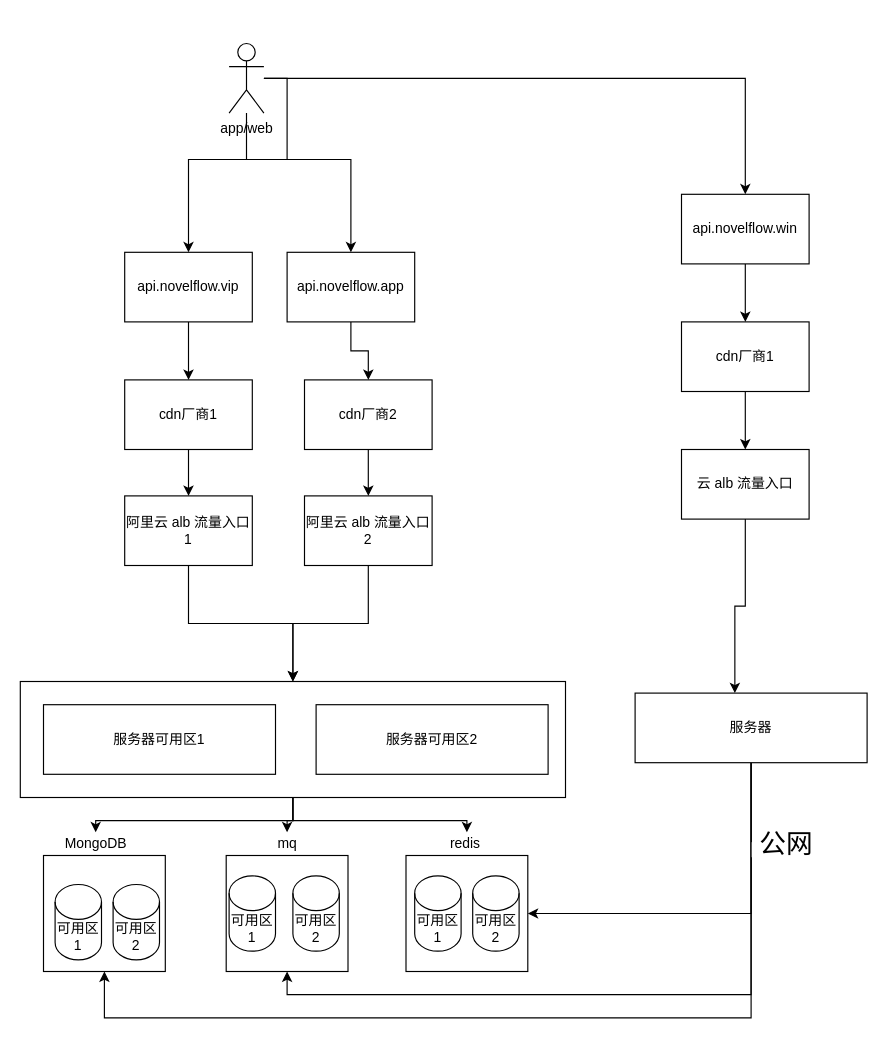
The draw.io diagram page "Page-5" (3 of 8) of mysql/mysql2.drawio in boilingfrog/Go-POINT, before the edit. Source tidied: cells renumbered, new cells numbered last; positions are measured from the earlier drawing's top-left corner, leaving out a move shared by most shapes. Both pictures are drawn from the tidied source at 116%, with x=0, y=0 at pixel (20, 43).
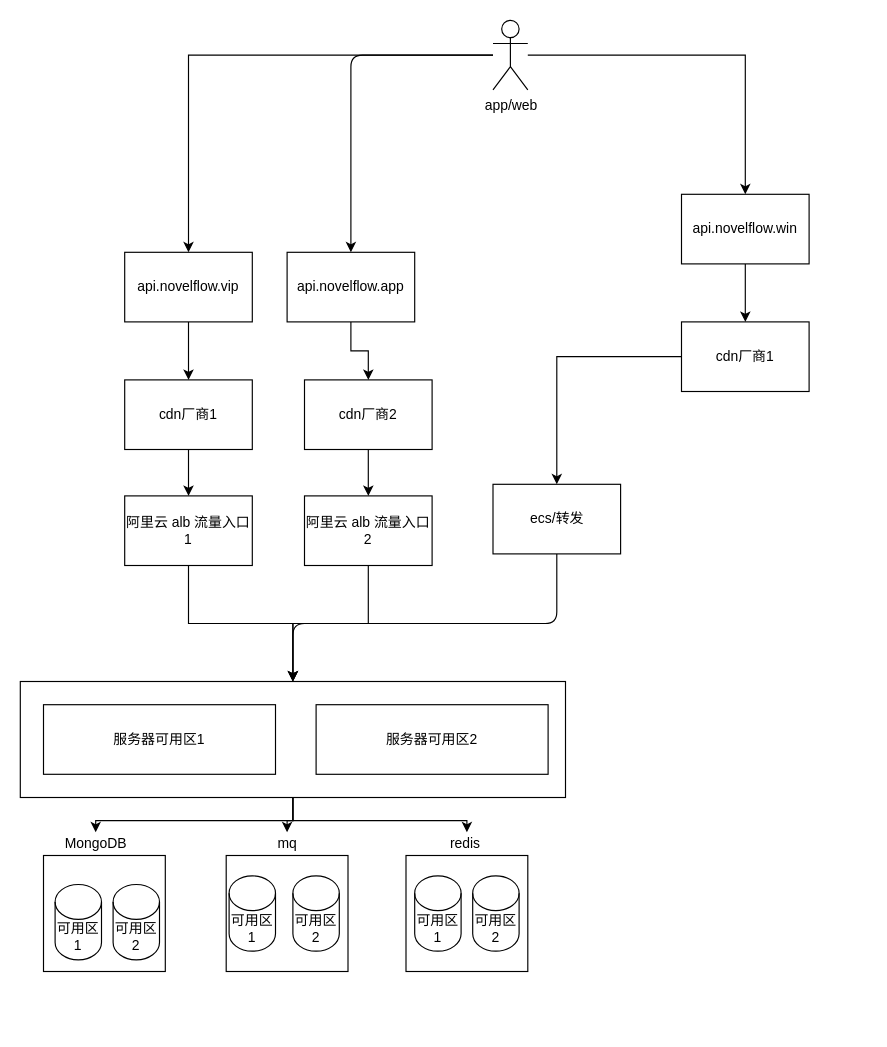
After the change.

Unchanged cells that the change refers to:
```xml
<mxCell id="5" style="rounded=0;whiteSpace=wrap;html=1;" parent="1" vertex="1">
  <mxGeometry y="550" width="470" height="100" as="geometry" />
</mxCell>
<mxCell id="7" value="api.novelflow.vip" style="rounded=0;whiteSpace=wrap;html=1;" parent="1" vertex="1">
  <mxGeometry x="90" y="180" width="110" height="60" as="geometry" />
</mxCell>
<mxCell id="18" style="rounded=0;whiteSpace=wrap;html=1;" parent="1" vertex="1">
  <mxGeometry x="20" y="700" width="105" height="100" as="geometry" />
</mxCell>
<mxCell id="24" value="api.novelflow.app" style="rounded=0;whiteSpace=wrap;html=1;" parent="1" vertex="1">
  <mxGeometry x="230" y="180" width="110" height="60" as="geometry" />
</mxCell>
<mxCell id="30" style="rounded=0;whiteSpace=wrap;html=1;" parent="1" vertex="1">
  <mxGeometry x="177.5" y="700" width="105" height="100" as="geometry" />
</mxCell>
<mxCell id="33" style="rounded=0;whiteSpace=wrap;html=1;" parent="1" vertex="1">
  <mxGeometry x="332.5" y="700" width="105" height="100" as="geometry" />
</mxCell>
<mxCell id="37" value="api.novelflow.win" style="rounded=0;whiteSpace=wrap;html=1;" parent="1" vertex="1">
  <mxGeometry x="570" y="130" width="110" height="60" as="geometry" />
</mxCell>
<mxCell id="39" value="cdn厂商1" style="rounded=0;whiteSpace=wrap;html=1;" parent="1" vertex="1">
  <mxGeometry x="570" y="240" width="110" height="60" as="geometry" />
</mxCell>
```

What changed in the source:
```diff
@@
     <mxCell id="8" style="edgeStyle=orthogonalEdgeStyle;rounded=0;jettySize=auto;html=1;" parent="1" edge="1" source="11" target="7">
       <mxGeometry relative="1" as="geometry">
         <Array as="points">
-          <mxPoint x="230" y="100" />
-          <mxPoint x="145" y="100" />
+          <mxPoint x="145" y="10" />
         </Array>
       </mxGeometry>
     </mxCell>
+    <mxCell id="10" style="edgeStyle=orthogonalEdgeStyle;rounded=0;jettySize=auto;html=1;entryX=0.5;entryY=0;entryDx=0;entryDy=0;" parent="1" edge="1" source="11" target="37">
+      <mxGeometry relative="1" as="geometry" />
+    </mxCell>
-    <mxCell id="9" style="edgeStyle=orthogonalEdgeStyle;rounded=0;jettySize=auto;html=1;entryX=0.5;entryY=0;entryDx=0;entryDy=0;" parent="1" edge="1" source="11" target="24">
-      <mxGeometry relative="1" as="geometry">
-        <Array as="points">
-          <mxPoint x="230" y="100" />
-          <mxPoint x="275" y="100" />
-        </Array>
-      </mxGeometry>
+    <mxCell id="9" style="edgeStyle=orthogonalEdgeStyle;html=1;entryX=0.5;entryY=0;entryDx=0;entryDy=0;" parent="1" edge="1" source="11" target="24">
+      <mxGeometry relative="1" as="geometry" />
     </mxCell>
-    <mxCell id="10" style="edgeStyle=orthogonalEdgeStyle;rounded=0;jettySize=auto;html=1;entryX=0.5;entryY=0;entryDx=0;entryDy=0;" parent="1" edge="1" source="11" target="37">
-      <mxGeometry relative="1" as="geometry" />
-    </mxCell>
     <mxCell id="11" value="app/web" style="shape=umlActor;verticalLabelPosition=bottom;verticalAlign=top;html=1;outlineConnect=0;" parent="1" vertex="1">
-      <mxGeometry x="180" width="30" height="60" as="geometry" />
+      <mxGeometry x="407.5" y="-20" width="30" height="60" as="geometry" />
     </mxCell>
@@
-    <mxCell id="38" style="edgeStyle=orthogonalEdgeStyle;rounded=0;jettySize=auto;html=1;entryX=0.5;entryY=0;entryDx=0;entryDy=0;" parent="1" edge="1" source="39" target="41">
+    <mxCell id="38" style="edgeStyle=orthogonalEdgeStyle;rounded=0;jettySize=auto;html=1;entryX=0.5;entryY=0;entryDx=0;entryDy=0;" parent="1" edge="1" source="39" target="49">
       <mxGeometry relative="1" as="geometry" />
     </mxCell>
@@
-    <mxCell id="40" style="edgeStyle=orthogonalEdgeStyle;rounded=0;jettySize=auto;html=1;entryX=0.43;entryY=0;entryDx=0;entryDy=0;entryPerimeter=0;" parent="1" edge="1" source="41" target="46">
-      <mxGeometry relative="1" as="geometry" />
-    </mxCell>
-    <mxCell id="41" value="云 alb 流量入口" style="rounded=0;whiteSpace=wrap;html=1;" parent="1" vertex="1">
-      <mxGeometry x="570" y="350" width="110" height="60" as="geometry" />
-    </mxCell>
-    <mxCell id="42" style="edgeStyle=orthogonalEdgeStyle;rounded=0;jettySize=auto;html=1;entryX=1;entryY=0.5;entryDx=0;entryDy=0;" parent="1" edge="1" source="46" target="33">
-      <mxGeometry relative="1" as="geometry">
-        <Array as="points">
-          <mxPoint x="630" y="750" />
-        </Array>
-      </mxGeometry>
-    </mxCell>
-    <mxCell id="43" style="edgeStyle=orthogonalEdgeStyle;rounded=0;jettySize=auto;html=1;entryX=0.5;entryY=1;entryDx=0;entryDy=0;" parent="1" edge="1" source="46" target="30">
-      <mxGeometry relative="1" as="geometry">
-        <Array as="points">
-          <mxPoint x="630" y="820" />
-          <mxPoint x="230" y="820" />
-        </Array>
-      </mxGeometry>
-    </mxCell>
-    <mxCell id="44" style="edgeStyle=orthogonalEdgeStyle;rounded=0;jettySize=auto;html=1;entryX=0.5;entryY=1;entryDx=0;entryDy=0;" parent="1" edge="1" source="46" target="18">
-      <mxGeometry relative="1" as="geometry">
-        <Array as="points">
-          <mxPoint x="630" y="840" />
-          <mxPoint x="72" y="840" />
-        </Array>
-      </mxGeometry>
-    </mxCell>
-    <mxCell id="45" value="&amp;nbsp;" style="edgeLabel;html=1;align=center;verticalAlign=middle;" parent="44" vertex="1">
-      <mxGeometry x="-0.82" y="1" relative="1" as="geometry" />
-    </mxCell>
-    <mxCell id="46" value="服务器" style="rounded=0;whiteSpace=wrap;html=1;" parent="1" vertex="1">
-      <mxGeometry x="530" y="560" width="200" height="60" as="geometry" />
-    </mxCell>
-    <mxCell id="47" value="&lt;font style=&quot;font-size: 23px&quot;&gt;公网&lt;/font&gt;" style="text;html=1;align=center;verticalAlign=middle;" parent="1" vertex="1">
-      <mxGeometry x="630" y="680" width="60" height="20" as="geometry" />
-    </mxCell>
+    <mxCell id="48" style="edgeStyle=orthogonalEdgeStyle;html=1;entryX=0.5;entryY=0;entryDx=0;entryDy=0;" parent="1" edge="1" source="49" target="5">
+      <mxGeometry relative="1" as="geometry">
+        <Array as="points">
+          <mxPoint x="463" y="500" />
+          <mxPoint x="235" y="500" />
+        </Array>
+      </mxGeometry>
+    </mxCell>
+    <mxCell id="49" value="ecs/转发" style="rounded=0;whiteSpace=wrap;html=1;" parent="1" vertex="1">
+      <mxGeometry x="407.5" y="380" width="110" height="60" as="geometry" />
+    </mxCell>
```
